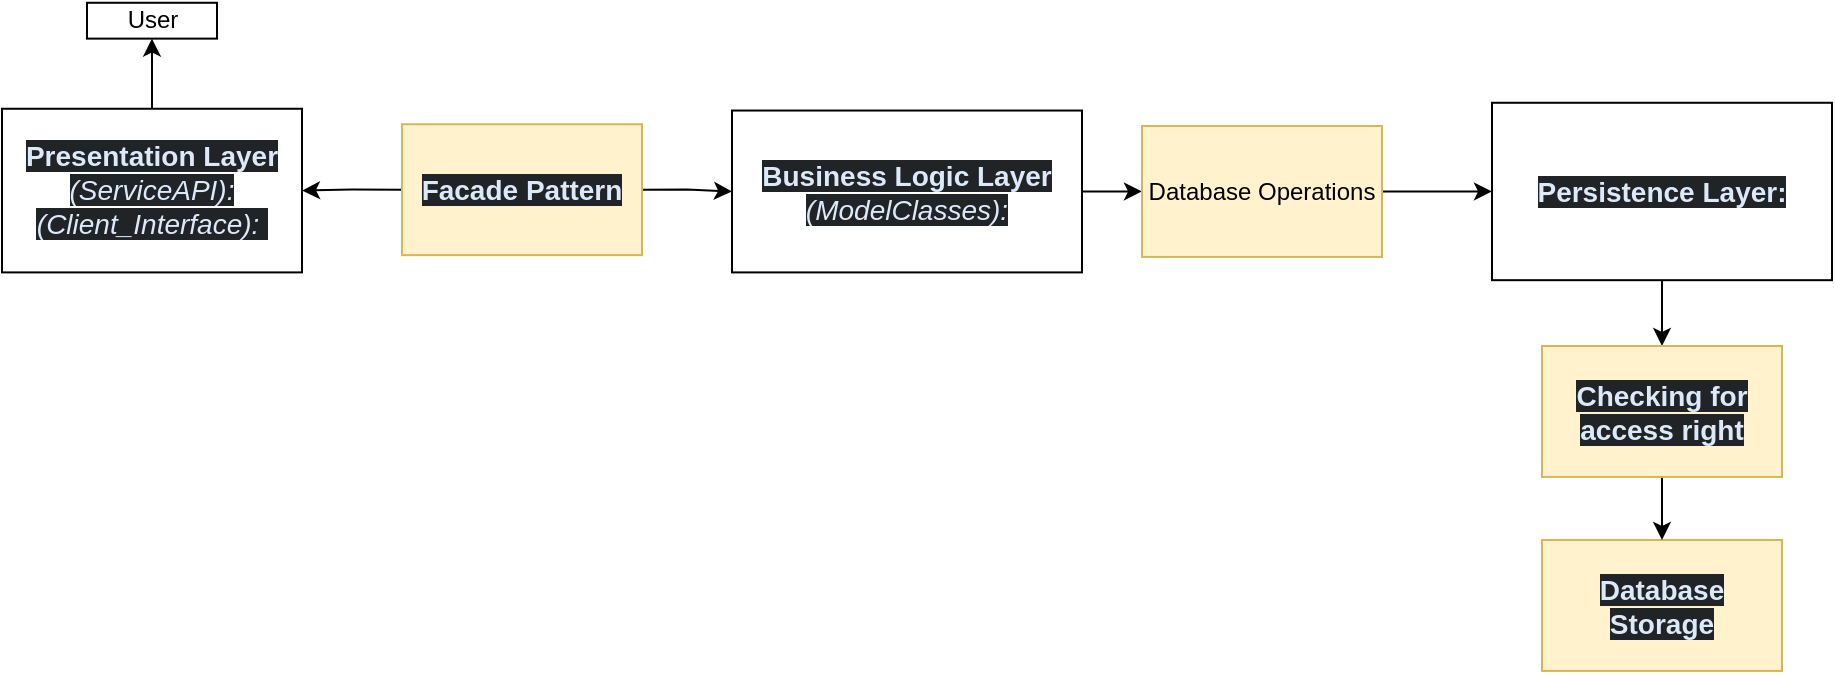
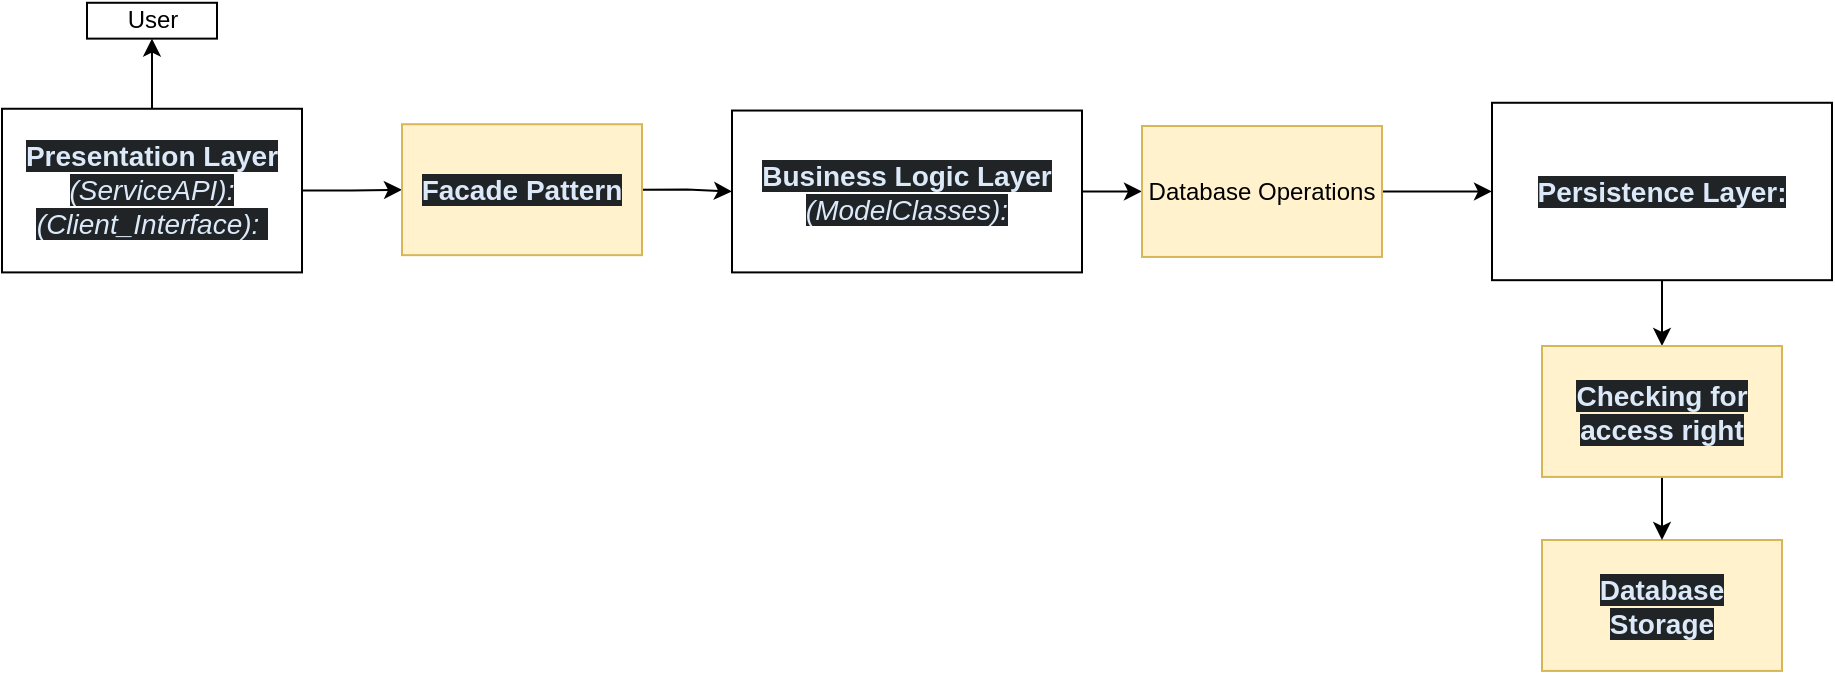
<mxfile host="app.diagrams.net">
  <diagram name="Page-1" id="2KrW7VEhyqmw7Nx4Ttr-">
    <mxGraphModel dx="1409" dy="790" grid="1" gridSize="10" guides="1" tooltips="1" connect="1" arrows="1" fold="1" page="1" pageScale="1" pageWidth="850" pageHeight="1100" math="0" shadow="0">
      <root>
        <mxCell id="0" />
        <mxCell id="1" parent="0" />
        <mxCell id="vZHe2jEZJALmbnLdjFB--106" edge="1" parent="1" source="vZHe2jEZJALmbnLdjFB--6" style="edgeStyle=orthogonalEdgeStyle;rounded=0;orthogonalLoop=1;jettySize=auto;html=1;" target="vZHe2jEZJALmbnLdjFB--105" value="">
          <mxGeometry relative="1" as="geometry" />
        </mxCell>
        <mxCell id="vZHe2jEZJALmbnLdjFB--6" parent="1" style="rounded=0;whiteSpace=wrap;html=1;" value="&lt;strong style=&quot;box-sizing: border-box; font-weight: bold; scrollbar-color: rgb(95, 99, 104) rgb(49, 54, 60); color: rgb(220, 233, 249); font-family: aktiv-grotesk, sans-serif; font-size: 14px; text-align: start; background-color: rgb(32, 36, 38);&quot;&gt;Presentation Layer &lt;/strong&gt;&lt;span style=&quot;box-sizing: border-box; scrollbar-color: rgb(95, 99, 104) rgb(49, 54, 60); color: rgb(220, 233, 249); font-family: aktiv-grotesk, sans-serif; font-size: 14px; text-align: start; background-color: rgb(32, 36, 38);&quot;&gt;&lt;i&gt;(ServiceAPI):&lt;/i&gt;&lt;/span&gt;&lt;div&gt;&lt;span style=&quot;color: rgb(220, 233, 249); font-family: aktiv-grotesk, sans-serif; font-size: 14px; text-align: start; background-color: rgb(32, 36, 38);&quot;&gt;&lt;i&gt;(Client_Interface):&amp;nbsp;&lt;/i&gt;&lt;/span&gt;&lt;/div&gt;" vertex="1">
          <mxGeometry height="81.82" width="150" x="400" y="301.38" as="geometry" />
        </mxCell>
        <mxCell id="vZHe2jEZJALmbnLdjFB--8" edge="1" parent="1" source="vZHe2jEZJALmbnLdjFB--10" style="edgeStyle=orthogonalEdgeStyle;rounded=0;orthogonalLoop=1;jettySize=auto;html=1;exitX=1;exitY=0.5;exitDx=0;exitDy=0;entryX=0;entryY=0.5;entryDx=0;entryDy=0;" target="vZHe2jEZJALmbnLdjFB--39">
          <mxGeometry relative="1" as="geometry" />
        </mxCell>
        <mxCell id="vZHe2jEZJALmbnLdjFB--10" parent="1" style="rounded=0;whiteSpace=wrap;html=1;" value="&lt;span style=&quot;box-sizing: border-box; scrollbar-color: rgb(95, 99, 104) rgb(49, 54, 60); color: rgb(220, 233, 249); font-family: aktiv-grotesk, sans-serif; font-size: 14px; text-align: start; background-color: rgb(32, 36, 38);&quot;&gt;&lt;b&gt;Business Logic Layer &lt;/b&gt;&lt;i style=&quot;&quot;&gt;(ModelClasses):&lt;/i&gt;&lt;/span&gt;" vertex="1">
          <mxGeometry height="80.93" width="175" x="765" y="302.27" as="geometry" />
        </mxCell>
        <mxCell id="vZHe2jEZJALmbnLdjFB--11" edge="1" parent="1" source="vZHe2jEZJALmbnLdjFB--12" style="edgeStyle=orthogonalEdgeStyle;rounded=0;orthogonalLoop=1;jettySize=auto;html=1;exitX=0.5;exitY=1;exitDx=0;exitDy=0;entryX=0.5;entryY=0;entryDx=0;entryDy=0;" target="vZHe2jEZJALmbnLdjFB--102">
          <mxGeometry relative="1" as="geometry" />
        </mxCell>
        <mxCell id="vZHe2jEZJALmbnLdjFB--12" parent="1" style="rounded=0;whiteSpace=wrap;html=1;" value="&lt;strong style=&quot;box-sizing: border-box; font-weight: bold; scrollbar-color: rgb(95, 99, 104) rgb(49, 54, 60); color: rgb(220, 233, 249); font-family: aktiv-grotesk, sans-serif; font-size: 14px; text-align: start; background-color: rgb(32, 36, 38);&quot;&gt;Persistence Layer:&lt;/strong&gt;" vertex="1">
          <mxGeometry height="88.7" width="170" x="1145" y="298.39" as="geometry" />
        </mxCell>
        <mxCell id="vZHe2jEZJALmbnLdjFB--29" parent="1" style="rounded=0;whiteSpace=wrap;html=1;align=center;fillColor=#fff2cc;strokeColor=#d6b656;" value="&lt;div style=&quot;&quot;&gt;&lt;font color=&quot;#dce9f9&quot; face=&quot;aktiv-grotesk, sans-serif&quot;&gt;&lt;span style=&quot;font-size: 14px; background-color: rgb(32, 36, 38);&quot;&gt;&lt;b&gt;Database&lt;br&gt;Storage&lt;/b&gt;&lt;/span&gt;&lt;/font&gt;&lt;/div&gt;" vertex="1">
          <mxGeometry height="65.46" width="120" x="1170" y="517" as="geometry" />
        </mxCell>
        <mxCell id="vZHe2jEZJALmbnLdjFB--35" edge="1" parent="1" source="vZHe2jEZJALmbnLdjFB--37" style="edgeStyle=orthogonalEdgeStyle;rounded=0;orthogonalLoop=1;jettySize=auto;html=1;exitX=1;exitY=0.5;exitDx=0;exitDy=0;" target="vZHe2jEZJALmbnLdjFB--10">
          <mxGeometry relative="1" as="geometry">
            <mxPoint x="750" y="339.5700000000001" as="sourcePoint" />
          </mxGeometry>
        </mxCell>
-         <mxCell id="vZHe2jEZJALmbnLdjFB--36" edge="1" parent="1" source="vZHe2jEZJALmbnLdjFB--37" style="edgeStyle=orthogonalEdgeStyle;rounded=0;orthogonalLoop=1;jettySize=auto;html=1;exitX=0;exitY=0.5;exitDx=0;exitDy=0;entryX=1;entryY=0.5;entryDx=0;entryDy=0;" target="vZHe2jEZJALmbnLdjFB--6">
-           <mxGeometry relative="1" as="geometry" />
+         <mxCell id="vZHe2jEZJALmbnLdjFB--36" edge="1" parent="1" source="vZHe2jEZJALmbnLdjFB--6" style="edgeStyle=orthogonalEdgeStyle;rounded=0;orthogonalLoop=1;jettySize=auto;html=1;exitX=1;exitY=0.5;exitDx=0;exitDy=0;entryX=0;entryY=0.5;entryDx=0;entryDy=0;" target="vZHe2jEZJALmbnLdjFB--37">
+           <mxGeometry relative="1" as="geometry">
+             <mxPoint x="575" y="430" as="targetPoint" />
+           </mxGeometry>
        </mxCell>
        <mxCell id="vZHe2jEZJALmbnLdjFB--37" parent="1" style="rounded=0;whiteSpace=wrap;html=1;align=center;fillColor=#fff2cc;strokeColor=#d6b656;" value="&lt;div style=&quot;&quot;&gt;&lt;font color=&quot;#dce9f9&quot; face=&quot;aktiv-grotesk, sans-serif&quot;&gt;&lt;span style=&quot;font-size: 14px; background-color: rgb(32, 36, 38);&quot;&gt;&lt;b&gt;Facade Pattern&lt;/b&gt;&lt;/span&gt;&lt;/font&gt;&lt;/div&gt;" vertex="1">
          <mxGeometry height="65.46" width="120" x="600" y="309.11999999999995" as="geometry" />
        </mxCell>
        <mxCell id="vZHe2jEZJALmbnLdjFB--38" edge="1" parent="1" source="vZHe2jEZJALmbnLdjFB--39" style="edgeStyle=orthogonalEdgeStyle;rounded=0;orthogonalLoop=1;jettySize=auto;html=1;exitX=1;exitY=0.5;exitDx=0;exitDy=0;entryX=0;entryY=0.5;entryDx=0;entryDy=0;" target="vZHe2jEZJALmbnLdjFB--12">
          <mxGeometry relative="1" as="geometry" />
        </mxCell>
        <mxCell id="vZHe2jEZJALmbnLdjFB--39" parent="1" style="rounded=0;whiteSpace=wrap;html=1;align=center;fillColor=#fff2cc;strokeColor=#d6b656;" value="Database Operations" vertex="1">
          <mxGeometry height="65.46" width="120" x="970" y="310.01" as="geometry" />
        </mxCell>
        <mxCell id="vZHe2jEZJALmbnLdjFB--101" edge="1" parent="1" source="vZHe2jEZJALmbnLdjFB--102" style="edgeStyle=orthogonalEdgeStyle;rounded=0;orthogonalLoop=1;jettySize=auto;html=1;exitX=0.5;exitY=1;exitDx=0;exitDy=0;entryX=0.5;entryY=0;entryDx=0;entryDy=0;" target="vZHe2jEZJALmbnLdjFB--29">
          <mxGeometry relative="1" as="geometry">
            <mxPoint x="1460" y="530" as="targetPoint" />
          </mxGeometry>
        </mxCell>
        <mxCell id="vZHe2jEZJALmbnLdjFB--102" parent="1" style="rounded=0;whiteSpace=wrap;html=1;align=center;fillColor=#fff2cc;strokeColor=#d6b656;" value="&lt;div style=&quot;&quot;&gt;&lt;font color=&quot;#dce9f9&quot; face=&quot;aktiv-grotesk, sans-serif&quot;&gt;&lt;span style=&quot;font-size: 14px; background-color: rgb(32, 36, 38);&quot;&gt;&lt;b&gt;Checking for access right&lt;/b&gt;&lt;/span&gt;&lt;/font&gt;&lt;/div&gt;" vertex="1">
          <mxGeometry height="65.46" width="120" x="1170" y="420" as="geometry" />
        </mxCell>
        <mxCell id="vZHe2jEZJALmbnLdjFB--105" parent="1" style="whiteSpace=wrap;html=1;rounded=0;" value="User" vertex="1">
          <mxGeometry height="17.92" width="65" x="442.5" y="248.39" as="geometry" />
        </mxCell>
      </root>
    </mxGraphModel>
  </diagram>
</mxfile>
